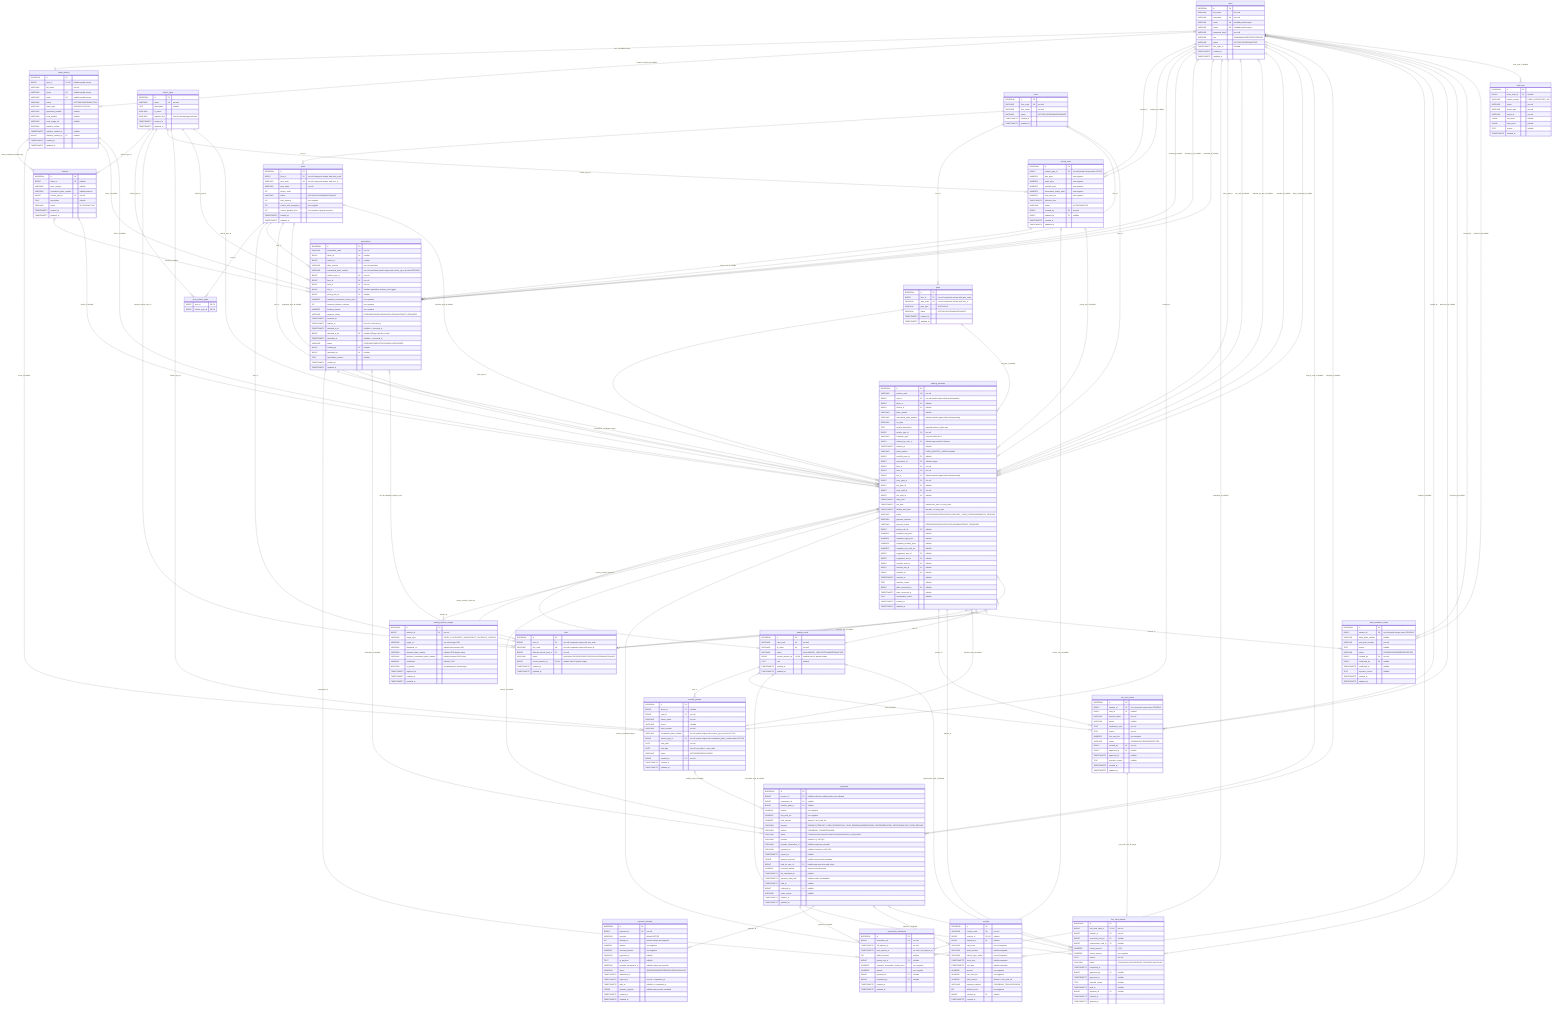
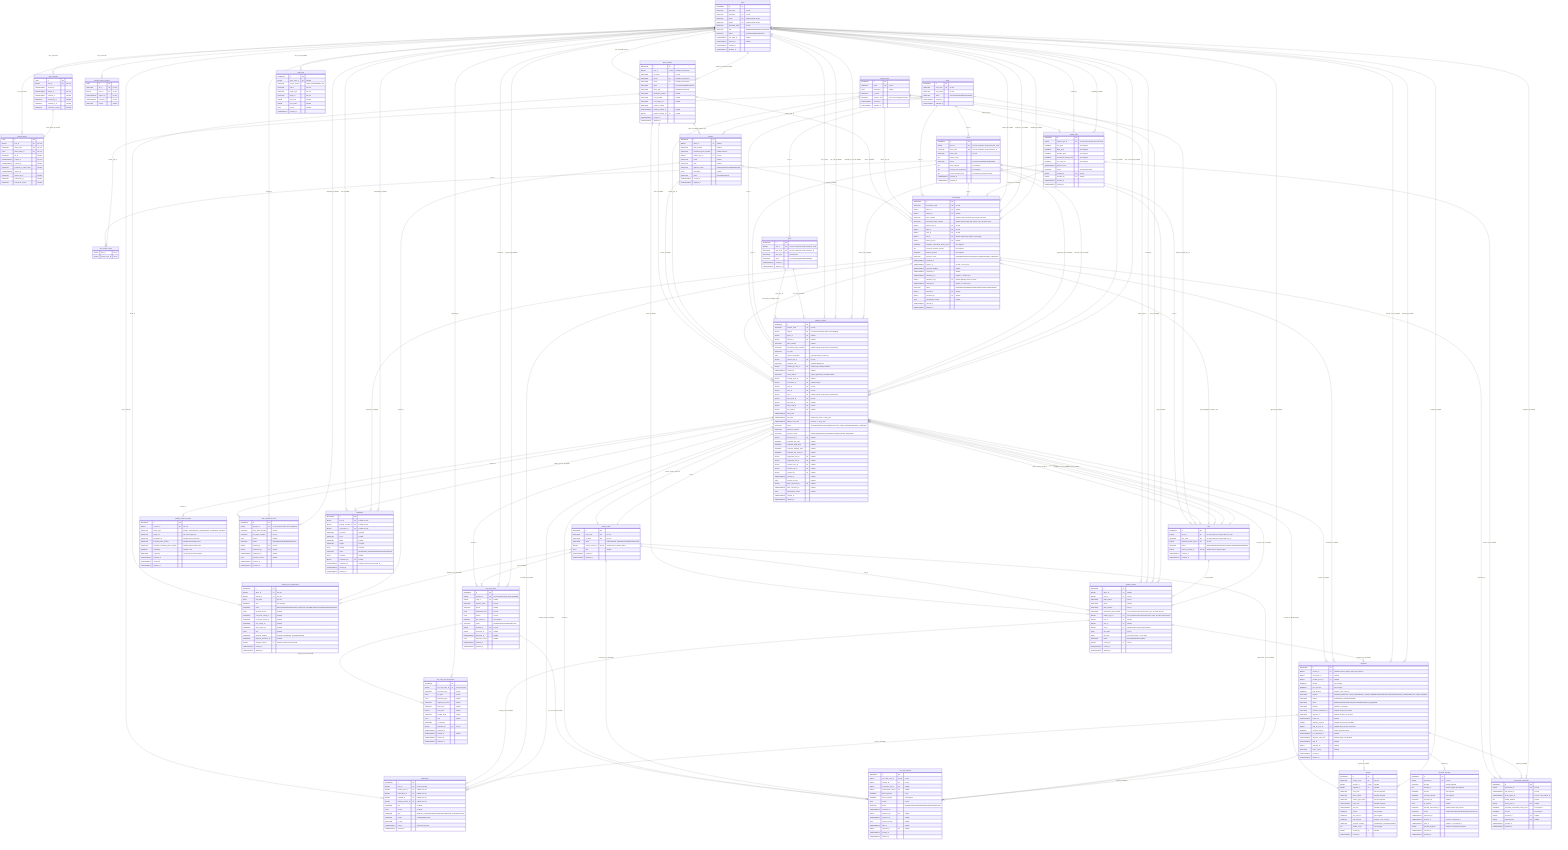
erDiagram
    users o|--o| driver_profiles : "user_id nullable unique"
    users o|--o{ driver_profiles : "resident_verified_by nullable"
+     users ||--o{ auth_sessions : "user_id cascade"
+     users ||--o{ refresh_tokens : "user_id cascade"
+     auth_sessions ||--o{ refresh_tokens : "token_family_id cascade"
+     users ||--o{ revoked_access_tokens : "user_id cascade"
    driver_profiles o|--o{ vehicles : "driver_id nullable resident only"
    vehicle_types ||--o{ vehicles : "vehicle_type_id"

    floors ||--o{ areas : "floor_id"
    areas ||--o{ area_vehicle_types : "area_id"
    vehicle_types ||--o{ area_vehicle_types : "vehicle_type_id"
    areas ||--o{ slots : "area_id"
    vehicle_types ||--o{ slots : "allowed_vehicle_type_id"
    floors ||--o{ gates : "floor_id"

    vehicle_types ||--o{ pricing_rules : "vehicle_type_id"
    users ||--o{ pricing_rules : "created_by"
    users o|--o{ pricing_rules : "updated_by nullable"

    driver_profiles o|--o{ monthly_passes : "driver_id nullable"
    parking_cards ||--o{ monthly_passes : "card_id"
    vehicle_types ||--o{ monthly_passes : "vehicle_type_id"
    users ||--o{ monthly_passes : "created_by"
+     floors o|--o{ monthly_passes : "floor_id nullable"
+     areas o|--o{ monthly_passes : "area_id nullable"
+     slots o|--o{ monthly_passes : "slot_id nullable"
+     driver_profiles ||--o{ monthly_pass_applications : "driver_id"
+     vehicles ||--o{ monthly_pass_applications : "vehicle_id"
+     parking_cards o|--o{ monthly_pass_applications : "assigned_card_id nullable"

    driver_profiles o|--o{ reservations : "driver_id nullable"
    vehicles o|--o{ reservations : "vehicle_id nullable"
    vehicle_types ||--o{ reservations : "vehicle_type_id"
    floors ||--o{ reservations : "floor_id"
    areas ||--o{ reservations : "area_id"
    slots o|--o{ reservations : "slot_id nullable by requires_slot"
    pricing_rules o|--o{ reservations : "pricing_rule_id nullable"
    users o|--o{ reservations : "created_by nullable"
    users o|--o{ reservations : "checked_in_by nullable"
    users o|--o{ reservations : "cancelled_by nullable"
    reservations ||--o{ reservation_extensions : "reservation_id"
    pricing_rules o|--o{ reservation_extensions : "pricing_rule_id nullable"
    payments o|--o{ reservation_extensions : "payment_id nullable"
    users o|--o{ reservation_extensions : "requested_by nullable"

    parking_cards ||--o{ parking_sessions : "card_id"
    parking_sessions o|--o| parking_cards : "current_session_id late FK"
    driver_profiles o|--o{ parking_sessions : "driver_id nullable"
    vehicles o|--o{ parking_sessions : "vehicle_id nullable"
    vehicle_types ||--o{ parking_sessions : "vehicle_type_id"
    monthly_passes o|--o{ parking_sessions : "monthly_pass_id nullable"
    reservations o|--o{ parking_sessions : "reservation_id nullable unique"
    floors ||--o{ parking_sessions : "floor_id"
    areas ||--o{ parking_sessions : "area_id"
    slots o|--o{ parking_sessions : "slot_id nullable"
    parking_sessions o|--o| slots : "current_session_id late FK"
    gates ||--o{ parking_sessions : "entry_gate_id"
    gates o|--o{ parking_sessions : "exit_gate_id nullable"
    users ||--o{ parking_sessions : "entry_staff_id"
    users o|--o{ parking_sessions : "exit_staff_id nullable"
    users o|--o{ parking_sessions : "claimed_by_user_id nullable"
    pricing_rules o|--o{ parking_sessions : "pricing_rule_id nullable"
    areas o|--o{ parking_sessions : "suggested_area_id nullable"
    slots o|--o{ parking_sessions : "suggested_slot_id nullable"
    areas o|--o{ parking_sessions : "override_area_id nullable"
    slots o|--o{ parking_sessions : "override_slot_id nullable"
    users o|--o{ parking_sessions : "override_by nullable"
    users o|--o{ parking_sessions : "plate_corrected_by nullable"
    parking_sessions ||--o{ parking_session_images : "session_id"

    parking_sessions o|--o{ payments : "session_id nullable"
    reservations o|--o{ payments : "reservation_id nullable"
    monthly_passes o|--o{ payments : "monthly_pass_id nullable"
    users o|--o{ payments : "paid_by_user_id nullable"
    users o|--o{ payments : "collected_by nullable"
    payments ||--o{ payment_attempts : "payment_id"

    parking_sessions o|--o| receipts : "session_id nullable unique"
    payments o|--o{ receipts : "payment_id nullable"
    users o|--o{ receipts : "created_by nullable"

    parking_sessions ||--o{ lost_card_cases : "session_id"
    parking_cards o|--o{ lost_card_cases : "card_id nullable"
    users ||--o{ lost_card_cases : "created_by"
    users o|--o{ lost_card_cases : "approved_by nullable"
+     lost_card_cases ||--o{ lost_card_case_documents : "lost_card_case_id cascade"
+     users ||--o{ lost_card_case_documents : "uploaded_by"
    lost_card_cases ||--o| lost_card_refunds : "lost_card_case_id unique"
    parking_sessions ||--o{ lost_card_refunds : "session_id"
    parking_cards o|--o{ lost_card_refunds : "recovered_card_id nullable"
    parking_cards o|--o{ lost_card_refunds : "replacement_card_id nullable"
    users o|--o{ lost_card_refunds : "approved_by nullable"
    payments o|--o{ lost_card_refunds : "payment_id nullable"

    parking_sessions ||--o{ plate_mismatch_cases : "session_id"
    users ||--o{ plate_mismatch_cases : "created_by"
    users o|--o{ plate_mismatch_cases : "confirmed_by nullable"
+ 
+     users ||--o{ notifications : "user_id cascade"
+     monthly_passes o|--o{ notifications : "monthly_pass_id nullable"
+     reservations o|--o{ notifications : "reservation_id nullable"
+     payments o|--o{ notifications : "payment_id nullable"
+     parking_sessions o|--o{ notifications : "parking_session_id nullable"
+ 
+     users o|--o{ feedbacks : "user_id nullable"
+     parking_sessions o|--o{ feedbacks : "parking_session_id nullable"
+     reservations o|--o{ feedbacks : "reservation_id nullable"
+     users o|--o{ feedbacks : "responded_by nullable"

    users o|--o{ audit_logs : "actor_user_id nullable"

    users {
        BIGSERIAL id PK
        VARCHAR full_name "not null"
        VARCHAR username UK "not null"
        VARCHAR email UK "nullable partial unique"
        VARCHAR phone UK "nullable partial unique"
        VARCHAR password_hash "not null"
        VARCHAR role "ADMIN/MANAGER/STAFF/DRIVER"
        VARCHAR status "ACTIVE/LOCKED/INACTIVE"
        TIMESTAMPTZ last_login_at "nullable"
-         TIMESTAMPTZ created_at
-         TIMESTAMPTZ updated_at
+         TIMESTAMPTZ deleted_at "nullable"
+         TIMESTAMPTZ created_at
+         TIMESTAMPTZ updated_at
+     }
+ 
+     auth_sessions {
+         UUID id PK
+         BIGINT user_id FK "not null"
+         TIMESTAMPTZ created_at
+         TIMESTAMPTZ expires_at "not null"
+         TIMESTAMPTZ revoked_at "nullable"
+         VARCHAR created_by_ip "nullable"
+         VARCHAR revoked_by_ip "nullable"
+         VARCHAR revocation_reason "nullable"
+     }
+ 
+     refresh_tokens {
+         UUID id PK
+         BIGINT user_id FK "not null"
+         VARCHAR token_hash UK "not null"
+         UUID token_family_id FK "not null"
+         VARCHAR jwt_id "nullable"
+         TIMESTAMPTZ expires_at "not null"
+         TIMESTAMPTZ revoked_at "nullable"
+         VARCHAR replaced_by_token_hash "nullable"
+         TIMESTAMPTZ created_at
+         VARCHAR created_by_ip "nullable"
+         VARCHAR revoked_by_ip "nullable"
+         VARCHAR revocation_reason "nullable"
+     }
+ 
+     revoked_access_tokens {
+         UUID id PK
+         VARCHAR jwt_id UK "not null"
+         BIGINT user_id FK "not null"
+         TIMESTAMPTZ expires_at "not null"
+         TIMESTAMPTZ revoked_at "not null"
+         VARCHAR reason "nullable"
    }

    driver_profiles {
        BIGSERIAL id PK
        BIGINT user_id FK,UK "nullable partial unique"
        VARCHAR full_name "not null"
        VARCHAR phone UK "nullable partial unique"
        VARCHAR email UK "nullable partial unique"
        VARCHAR status "ACTIVE/LOCKED/INACTIVE"
        VARCHAR driver_type "RESIDENT/VISITOR"
        VARCHAR apartment_number "nullable"
        VARCHAR cccd_number "nullable"
        VARCHAR cccd_image_url "nullable"
        BOOLEAN resident_verified
        TIMESTAMPTZ resident_verified_at "nullable"
        BIGINT resident_verified_by FK "nullable"
        TIMESTAMPTZ created_at
        TIMESTAMPTZ updated_at
    }

    vehicle_types {
        BIGSERIAL id PK
        VARCHAR name UK "not null"
        TEXT description "nullable"
        BOOLEAN is_active
        BOOLEAN requires_slot "true for slot-managed vehicles"
        TIMESTAMPTZ created_at
        TIMESTAMPTZ updated_at
    }

    vehicles {
        BIGSERIAL id PK
        BIGINT driver_id FK "nullable"
        VARCHAR plate_number "nullable"
        VARCHAR normalized_plate_number "nullable indexed"
        BIGINT vehicle_type_id FK "not null"
+         VARCHAR brand "nullable"
+         VARCHAR color "nullable"
+         VARCHAR approval_status "PENDING/APPROVED/REJECTED"
        TEXT description "nullable"
        VARCHAR status "ACTIVE/INACTIVE"
        TIMESTAMPTZ created_at
        TIMESTAMPTZ updated_at
    }

    parking_cards {
        BIGSERIAL id PK
        VARCHAR card_code UK "not null"
        VARCHAR qr_token UK "not null"
        VARCHAR status "AVAILABLE/IN_USE/LOST/DAMAGED/INACTIVE"
        BIGINT current_session_id FK,UK "nullable late FK partial unique"
        TEXT note "nullable"
        TIMESTAMPTZ created_at
        TIMESTAMPTZ updated_at
    }

    floors {
        BIGSERIAL id PK
        VARCHAR floor_code UK "not null"
        VARCHAR floor_name "not null"
        VARCHAR status "ACTIVE/LOCKED/MAINTENANCE"
        TIMESTAMPTZ created_at
        TIMESTAMPTZ updated_at
    }

    areas {
        BIGSERIAL id PK
        BIGINT floor_id FK "not null composite unique with area_code"
        VARCHAR area_code UK "not null composite unique with floor_id"
        VARCHAR area_name "not null"
        INT priority_order
        VARCHAR status "ACTIVE/LOCKED/MAINTENANCE"
        INT total_capacity "non-negative"
        INT current_real_occupancy "non-negative"
        INT current_booked_slots "non-negative capacity checked"
        TIMESTAMPTZ created_at
        TIMESTAMPTZ updated_at
    }

    area_vehicle_types {
        BIGINT area_id PK,FK
        BIGINT vehicle_type_id PK,FK
    }

    slots {
        BIGSERIAL id PK
        BIGINT area_id FK "not null composite unique with slot_code"
        VARCHAR slot_code UK "not null composite unique with area_id"
        BIGINT allowed_vehicle_type_id FK "not null"
        VARCHAR status "AVAILABLE/RESERVED/OCCUPIED/LOCKED/MAINTENANCE"
        BIGINT current_session_id FK,UK "nullable late FK partial unique"
        TIMESTAMPTZ created_at
        TIMESTAMPTZ updated_at
    }

    gates {
        BIGSERIAL id PK
        BIGINT floor_id FK "not null composite unique with gate_code"
        VARCHAR gate_code UK "not null composite unique with floor_id"
        VARCHAR gate_type "ENTRY/EXIT"
        VARCHAR status "ACTIVE/LOCKED/MAINTENANCE"
        TIMESTAMPTZ created_at
        TIMESTAMPTZ updated_at
    }

    pricing_rules {
        BIGSERIAL id PK
        BIGINT vehicle_type_id FK "not null partial unique when ACTIVE"
        NUMERIC day_price "non-negative"
        NUMERIC night_price "non-negative"
        NUMERIC monthly_price "non-negative"
        NUMERIC reservation_hourly_price "non-negative"
        NUMERIC lost_card_fee "non-negative"
        TIMESTAMPTZ effective_from
        VARCHAR status "ACTIVE/INACTIVE"
        BIGINT created_by FK "not null"
        BIGINT updated_by FK "nullable"
        TIMESTAMPTZ created_at
        TIMESTAMPTZ updated_at
    }

    monthly_passes {
        BIGSERIAL id PK
        BIGINT driver_id FK "nullable"
        BIGINT card_id FK "not null"
        VARCHAR owner_name "not null"
        VARCHAR phone "nullable"
        VARCHAR plate_number "not null"
        VARCHAR normalized_plate_number "not null partial unique with vehicle_type_id when ACTIVE"
        BIGINT vehicle_type_id FK "not null partial unique with normalized_plate_number when ACTIVE"
+         BIGINT floor_id FK "nullable"
+         BIGINT area_id FK "nullable"
+         BIGINT slot_id FK "nullable partial unique when ACTIVE"
        DATE start_date "not null"
        DATE end_date "not null end_date >= start_date"
        VARCHAR status "ACTIVE/EXPIRED/LOCKED"
        BIGINT created_by FK "not null"
        TIMESTAMPTZ created_at
        TIMESTAMPTZ updated_at
    }

+     monthly_pass_applications {
+         BIGSERIAL id PK
+         BIGINT driver_id FK "not null"
+         BIGINT vehicle_id FK "not null"
+         DATE start_date "not null"
+         NUMERIC price "non-negative"
+         VARCHAR status "DRAFT/PENDING/APPROVED_AWAITING_PAYMENT/PAID/ACTIVE/EXPIRED/REJECTED"
+         TEXT rejection_reason "nullable"
+         VARCHAR cccd_front_image_url "nullable"
+         VARCHAR cccd_back_image_url "nullable"
+         VARCHAR face_image_url "nullable"
+         VARCHAR plate_image_url "nullable"
+         TEXT note "nullable"
+         VARCHAR payment_method "nullable CASH/BANK_TRANSFER/NONE"
+         VARCHAR payment_reference_no "nullable"
+         BIGINT assigned_card_id FK "nullable required when ACTIVE"
+         TIMESTAMPTZ created_at
+         TIMESTAMPTZ updated_at
+     }
+ 
    reservations {
        BIGSERIAL id PK
        VARCHAR reservation_code UK "not null"
        BIGINT driver_id FK "nullable"
        BIGINT vehicle_id FK "nullable"
-         VARCHAR plate_number "not null non-blank"
-         VARCHAR normalized_plate_number "not null non-blank partial unique with vehicle_type_id when PENDING"
+         VARCHAR plate_number "nullable; both plate fields null or both non-blank"
+         VARCHAR normalized_plate_number "nullable partial unique with vehicle_type_id when active"
        BIGINT vehicle_type_id FK "not null"
        BIGINT floor_id FK "not null"
        BIGINT area_id FK "not null"
        BIGINT slot_id FK "nullable required by requires_slot trigger"
        BIGINT pricing_rule_id FK "nullable"
        NUMERIC snapshot_reservation_hourly_price "non-negative"
        INT reserved_duration_minutes "non-negative"
        NUMERIC booking_amount "non-negative"
        VARCHAR payment_status "PENDING/PAID/FAILED/CANCELLED/WAIVED/NOT_REQUIRED"
        TIMESTAMPTZ reserved_at
        TIMESTAMPTZ expires_at "not null > reserved_at"
+         TIMESTAMPTZ payment_deadline "nullable"
+         TIMESTAMPTZ confirmed_at "nullable"
        TIMESTAMPTZ checked_in_at "nullable >= reserved_at"
        BIGINT checked_in_by FK "nullable QR/app check-in verifier"
        TIMESTAMPTZ cancelled_at "nullable >= reserved_at"
-         VARCHAR status "PENDING/COMPLETED/CANCELLED/EXPIRED"
+         VARCHAR status "PENDING/CONFIRMED/COMPLETED/CANCELLED/EXPIRED"
        BIGINT created_by FK "nullable"
        BIGINT cancelled_by FK "nullable"
        TEXT cancellation_reason "nullable"
        TIMESTAMPTZ created_at
        TIMESTAMPTZ updated_at
    }

    reservation_extensions {
        BIGSERIAL id PK
        BIGINT reservation_id FK "not null"
        TIMESTAMPTZ old_expires_at "not null"
        TIMESTAMPTZ new_expires_at "not null > old_expires_at"
        INT added_minutes "positive"
        BIGINT pricing_rule_id FK "nullable"
        NUMERIC snapshot_reservation_hourly_price "non-negative"
        NUMERIC amount "non-negative"
        BIGINT payment_id FK "nullable"
        BIGINT requested_by FK "nullable"
        TIMESTAMPTZ created_at
        TIMESTAMPTZ updated_at
    }

    parking_sessions {
        BIGSERIAL id PK
        VARCHAR session_code UK "not null"
        BIGINT card_id FK "not null partial unique while active/pending"
        BIGINT driver_id FK "nullable"
        BIGINT vehicle_id FK "nullable"
        VARCHAR plate_number "nullable"
        VARCHAR normalized_plate_number "nullable partial unique while active/pending"
        BOOLEAN no_plate
        TEXT vehicle_description "required when no_plate true"
        BIGINT vehicle_type_id FK "not null"
        VARCHAR customer_type "CASUAL/MONTHLY"
        BIGINT claimed_by_user_id FK "nullable app card-QR claimant"
        TIMESTAMPTZ claimed_at "nullable"
        VARCHAR claim_method "CARD_QR/STAFF_ASSIGN nullable"
        BIGINT monthly_pass_id FK "nullable"
        BIGINT reservation_id FK "nullable unique"
        BIGINT floor_id FK "not null"
        BIGINT area_id FK "not null"
        BIGINT slot_id FK "nullable partial unique while active/pending"
        BIGINT entry_gate_id FK "not null"
        BIGINT exit_gate_id FK "nullable"
        BIGINT entry_staff_id FK "not null"
        BIGINT exit_staff_id FK "nullable"
        TIMESTAMPTZ entry_time
        TIMESTAMPTZ exit_time "nullable exit_time >= entry_time"
        TIMESTAMPTZ billable_start_time "fee start, >= entry_time"
        VARCHAR status "ACTIVE/COMPLETED/CANCELLED/LOST_CARD_PENDING/MISMATCH_PENDING"
        BOOLEAN payment_required
        VARCHAR payment_status "PENDING/PAID/FAILED/CANCELLED/WAIVED/NOT_REQUIRED"
        BIGINT pricing_rule_id FK "nullable"
        NUMERIC snapshot_day_price "nullable"
        NUMERIC snapshot_night_price "nullable"
        NUMERIC snapshot_monthly_price "nullable"
        NUMERIC snapshot_lost_card_fee "nullable"
        BIGINT suggested_area_id FK "nullable"
        BIGINT suggested_slot_id FK "nullable"
        BIGINT override_area_id FK "nullable"
        BIGINT override_slot_id FK "nullable"
        BIGINT override_by FK "nullable"
        TIMESTAMPTZ override_at "nullable"
        TEXT override_reason "nullable"
        BIGINT plate_corrected_by FK "nullable"
        TIMESTAMPTZ plate_corrected_at "nullable"
        TEXT cancellation_reason "nullable"
        TIMESTAMPTZ created_at
        TIMESTAMPTZ updated_at
    }

    parking_session_images {
        BIGSERIAL id PK
        BIGINT session_id FK "not null"
        VARCHAR image_type "ENTRY_PLATE/ENTRY_VEHICLE/EXIT_PLATE/EXIT_VEHICLE"
        VARCHAR image_url "not null storage URL"
        VARCHAR thumbnail_url "nullable fast preview URL"
        VARCHAR detected_plate_number "nullable OCR display value"
        VARCHAR detected_normalized_plate_number "nullable indexed OCR value"
        NUMERIC confidence "nullable 0-100"
        BOOLEAN is_primary "one primary per session/type"
        TIMESTAMPTZ captured_at
        TIMESTAMPTZ created_at
        TIMESTAMPTZ updated_at
    }

    payments {
        BIGSERIAL id PK
        BIGINT session_id FK "nullable indexed; multiple paid cycles allowed"
        BIGINT reservation_id FK "nullable"
        BIGINT monthly_pass_id FK "nullable"
        NUMERIC amount "non-negative"
        NUMERIC lost_card_fee "non-negative"
        NUMERIC total_amount "amount + lost_card_fee"
        VARCHAR purpose "PARKING_FEE/LOST_CARD_FEE/MONTHLY_PASS_RENEWAL/RESERVATION_FEE/RESERVATION_EXTENSION/LOST_CARD_REFUND"
        VARCHAR method "CASH/BANK_TRANSFER/NONE"
        VARCHAR status "PENDING/PAID/FAILED/CANCELLED/WAIVED/NOT_REQUIRED"
        VARCHAR provider "nullable e.g. VIETQR"
        VARCHAR provider_transaction_id "nullable unique per provider"
        VARCHAR payment_url "nullable checkout or QR URL"
        TIMESTAMPTZ expired_at "nullable"
        JSONB gateway_payload "nullable raw provider metadata"
        BIGINT paid_by_user_id FK "nullable app user who paid online"
        NUMERIC received_amount "actual received amount"
        TIMESTAMPTZ fee_calculated_at "nullable"
        TIMESTAMPTZ payment_valid_until "nullable online exit deadline"
        TIMESTAMPTZ paid_at "nullable"
        BIGINT collected_by FK "nullable"
        VARCHAR waive_reason "nullable"
        TIMESTAMPTZ created_at
        TIMESTAMPTZ updated_at
    }

    payment_attempts {
        BIGSERIAL id PK
        BIGINT payment_id FK "not null"
        VARCHAR provider "default VIETQR"
        INT attempt_no "positive unique per payment"
        NUMERIC amount "non-negative"
        NUMERIC received_amount "non-negative"
        VARCHAR payment_url "nullable"
        TEXT qr_payload "nullable"
        VARCHAR provider_transaction_id "nullable unique per provider"
        VARCHAR status "PENDING/PAID/EXPIRED/FAILED/CANCELLED"
        TIMESTAMPTZ requested_at
        TIMESTAMPTZ expired_at "not null > requested_at"
        TIMESTAMPTZ paid_at "nullable >= requested_at"
        JSONB gateway_payload "nullable raw provider metadata"
        TIMESTAMPTZ created_at
        TIMESTAMPTZ updated_at
    }

    receipts {
        BIGSERIAL id PK
        VARCHAR receipt_code UK "not null"
        BIGINT session_id FK,UK "nullable"
        BIGINT payment_id FK "nullable"
        VARCHAR card_code "not null snapshot"
        VARCHAR plate_number "nullable snapshot"
        VARCHAR vehicle_type_name "not null snapshot"
        TIMESTAMPTZ entry_time "nullable snapshot"
        TIMESTAMPTZ exit_time "nullable snapshot"
        NUMERIC amount "non-negative"
        NUMERIC lost_card_fee "non-negative"
        NUMERIC total_amount "amount + lost_card_fee"
        VARCHAR payment_method "CASH/BANK_TRANSFER/NONE"
        INT printed_count "non-negative"
        BIGINT created_by FK "nullable"
        TIMESTAMPTZ created_at
    }

    lost_card_cases {
        BIGSERIAL id PK
        BIGINT session_id FK "not null partial unique when PENDING"
        BIGINT card_id FK "nullable"
        VARCHAR reporter_name "not null"
        VARCHAR phone "nullable"
        TEXT verification_note "not null"
        TEXT reason "not null"
        NUMERIC lost_card_fee "non-negative"
        VARCHAR status "PENDING/APPROVED/REJECTED"
        BIGINT created_by FK "not null"
        BIGINT approved_by FK "nullable"
        TIMESTAMPTZ approved_at "nullable"
        TEXT rejection_reason "nullable"
        TIMESTAMPTZ created_at
        TIMESTAMPTZ updated_at
    }

+     lost_card_case_documents {
+         BIGSERIAL id PK
+         BIGINT lost_card_case_id FK "not null cascade"
+         VARCHAR document_type "not null"
+         TEXT file_path "not null"
+         TEXT thumbnail_path "nullable"
+         VARCHAR original_file_name "nullable"
+         VARCHAR mime_type "nullable"
+         BIGINT size_bytes "nullable"
+         VARCHAR sha256_hash "nullable"
+         TEXT note "nullable"
+         BOOLEAN is_sensitive
+         BIGINT uploaded_by FK "not null"
+         TIMESTAMPTZ uploaded_at
+         TIMESTAMPTZ deleted_at "nullable"
+         TIMESTAMPTZ created_at
+         TIMESTAMPTZ updated_at
+     }
+ 
    lost_card_refunds {
        BIGSERIAL id PK
        BIGINT lost_card_case_id FK,UK "not null"
        BIGINT session_id FK "not null"
        BIGINT recovered_card_id FK "nullable"
        BIGINT replacement_card_id FK "nullable"
        NUMERIC refund_percent "0-100"
        NUMERIC refund_amount "non-negative"
        TEXT reason "not null"
        VARCHAR status "PENDING/APPROVED/REJECTED/PAID/CANCELLED"
        TIMESTAMPTZ requested_at
        BIGINT approved_by FK "nullable"
        TIMESTAMPTZ approved_at "nullable"
        TEXT rejected_reason "nullable"
        TIMESTAMPTZ paid_at "nullable"
        BIGINT payment_id FK "nullable"
        TIMESTAMPTZ created_at
        TIMESTAMPTZ updated_at
    }

    plate_mismatch_cases {
        BIGSERIAL id PK
        BIGINT session_id FK "not null partial unique when PENDING"
        VARCHAR entry_plate_number "nullable"
        VARCHAR exit_plate_number "not null"
        TEXT reason "nullable"
        VARCHAR status "PENDING/CONFIRMED/REJECTED"
        BIGINT created_by FK "not null"
        BIGINT confirmed_by FK "nullable"
        TIMESTAMPTZ confirmed_at "nullable"
        TEXT rejection_reason "nullable"
        TIMESTAMPTZ created_at
        TIMESTAMPTZ updated_at
    }

+     notifications {
+         BIGSERIAL id PK
+         BIGINT user_id FK "not null cascade"
+         BIGINT monthly_pass_id FK "nullable set null"
+         BIGINT reservation_id FK "nullable set null"
+         BIGINT payment_id FK "nullable set null"
+         BIGINT parking_session_id FK "nullable set null"
+         VARCHAR title "not blank"
+         TEXT content "not blank"
+         VARCHAR type "MONTHLY_PASS/PAYMENT/RESERVATION/PRICE_CHANGE/SYSTEM"
+         VARCHAR priority "LOW/NORMAL/HIGH"
+         BOOLEAN is_read
+         TIMESTAMPTZ read_at "required when read"
+         TIMESTAMPTZ created_at
+     }
+ 
+     feedbacks {
+         BIGSERIAL id PK
+         BIGINT user_id FK "nullable set null"
+         BIGINT parking_session_id FK "nullable set null"
+         BIGINT reservation_id FK "nullable set null"
+         VARCHAR full_name "not blank"
+         VARCHAR email "nullable"
+         VARCHAR phone "nullable"
+         VARCHAR subject "not blank"
+         TEXT content "not blank"
+         VARCHAR status "PENDING/IN_PROGRESS/RESOLVED/REJECTED"
+         TEXT response "nullable"
+         BIGINT responded_by FK "nullable"
+         TIMESTAMPTZ responded_at "nullable paired with responded_by"
+         TIMESTAMPTZ created_at
+         TIMESTAMPTZ updated_at
+     }
+ 
    audit_logs {
        BIGSERIAL id PK
        BIGINT actor_user_id FK "nullable"
        VARCHAR source_service "CORE_API/SUPPORT_API"
        VARCHAR action "not null"
        VARCHAR target_type "not null"
        VARCHAR target_id "not null"
        JSONB old_value "nullable"
        JSONB new_value "nullable"
        TEXT reason "nullable"
        TIMESTAMPTZ created_at
    }
